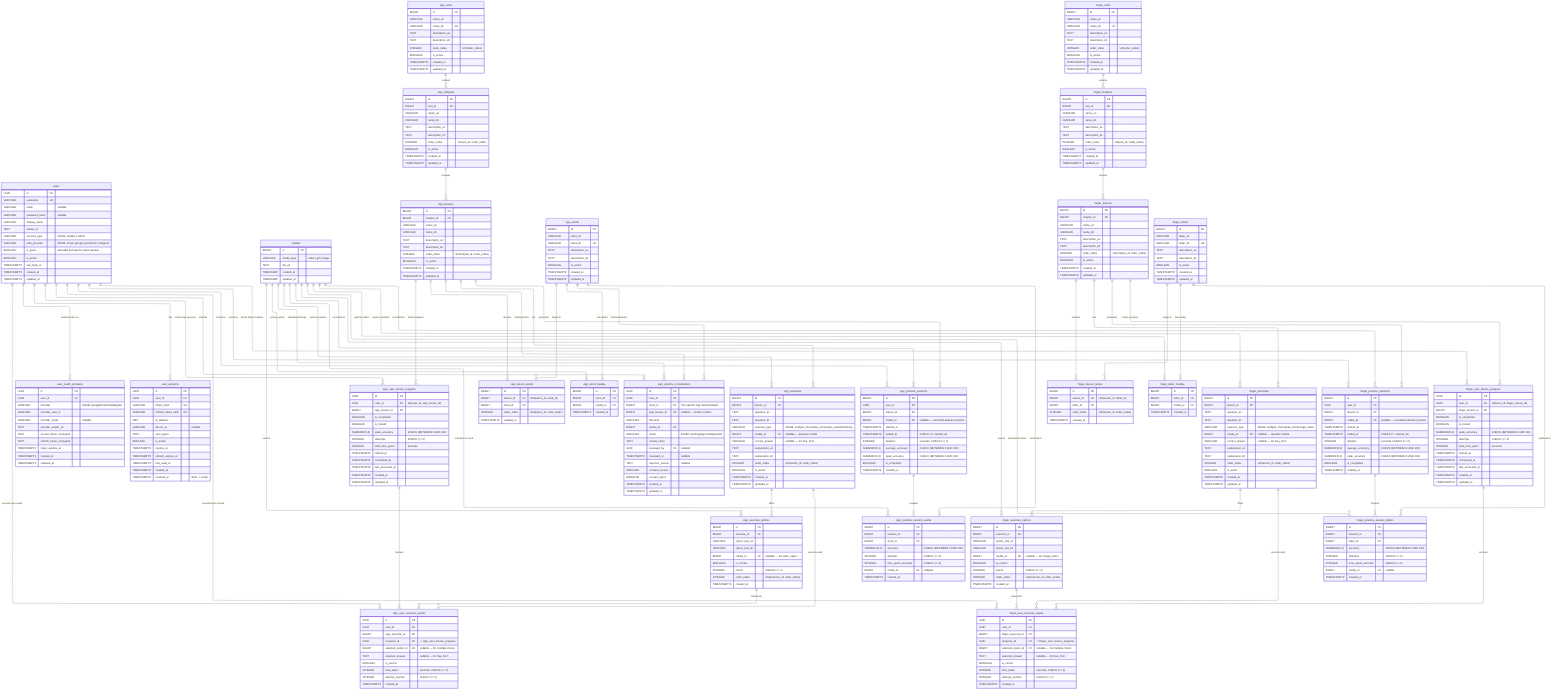
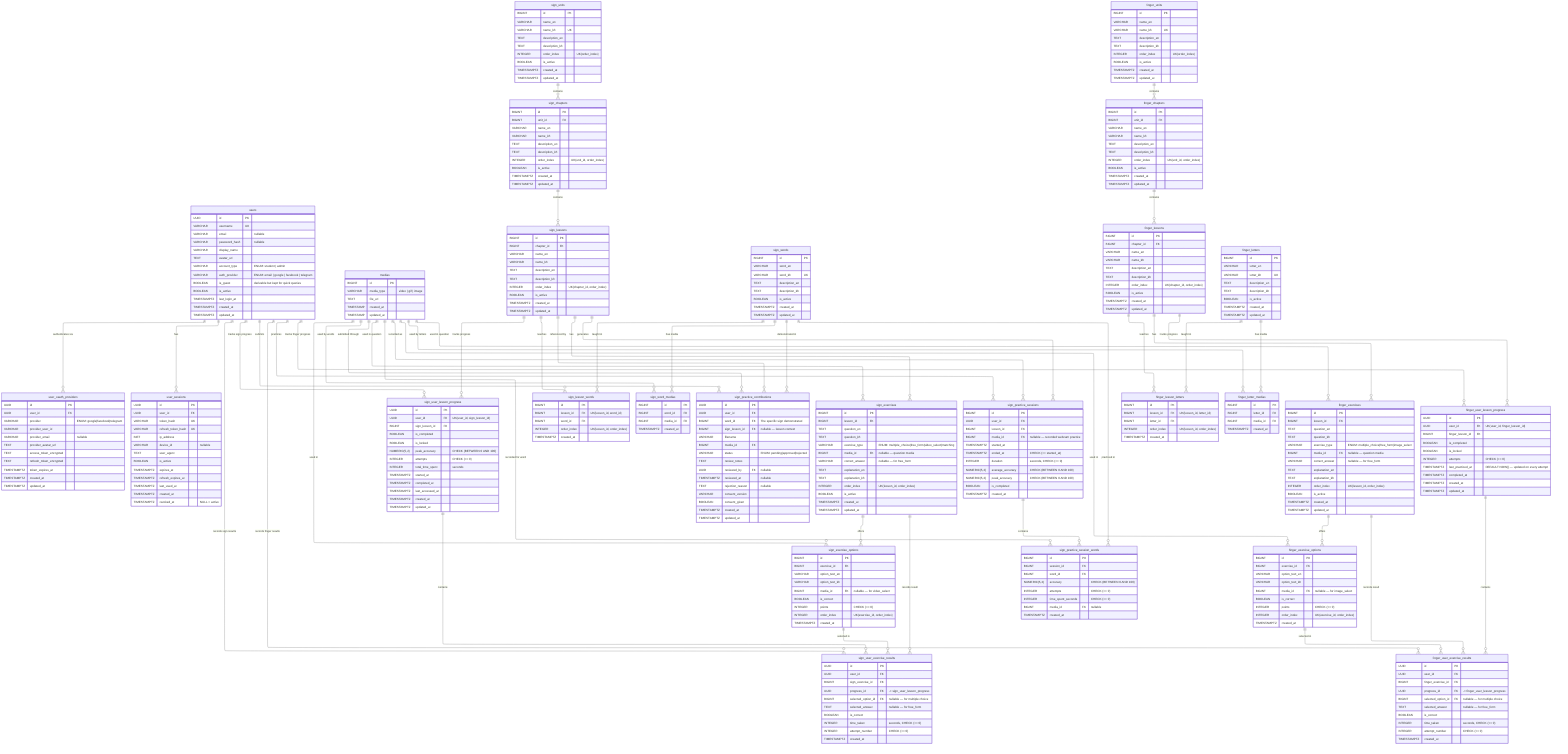
---
config:
  layout: elk
---
erDiagram
	direction TB

	users {
		UUID id PK ""
		VARCHAR username UK ""
		VARCHAR email "nullable"
		VARCHAR password_hash "nullable"
		VARCHAR display_name ""
		TEXT avatar_url ""
		VARCHAR account_type "ENUM: student | admin"
		VARCHAR auth_provider "ENUM: email | google | facebook | telegram"
		BOOLEAN is_guest "derivable but kept for quick queries"
		BOOLEAN is_active ""
		TIMESTAMPTZ last_login_at ""
		TIMESTAMPTZ created_at ""
		TIMESTAMPTZ updated_at ""
	}

	user_oauth_providers {
		UUID id PK ""
		UUID user_id FK ""
		VARCHAR provider "ENUM: google|facebook|telegram"
		VARCHAR provider_user_id ""
		VARCHAR provider_email "nullable"
		TEXT provider_avatar_url ""
		TEXT access_token_encrypted ""
		TEXT refresh_token_encrypted ""
		TIMESTAMPTZ token_expires_at ""
		TIMESTAMPTZ created_at ""
		TIMESTAMPTZ updated_at ""
		%% UK(provider, provider_user_id)
	}

	user_sessions {
		UUID id PK ""
		UUID user_id FK ""
		VARCHAR token_hash UK ""
		VARCHAR refresh_token_hash UK ""
		INET ip_address ""
		VARCHAR device_id "nullable"
		TEXT user_agent ""
		BOOLEAN is_active ""
		TIMESTAMPTZ expires_at ""
		TIMESTAMPTZ refresh_expires_at ""
		TIMESTAMPTZ last_used_at ""
		TIMESTAMPTZ created_at ""
		TIMESTAMPTZ revoked_at "NULL = active"
	}

	sign_user_lesson_progress {
		UUID id PK ""
		UUID user_id FK "UK(user_id, sign_lesson_id)"
		BIGINT sign_lesson_id FK ""
		BOOLEAN is_completed ""
		BOOLEAN is_locked ""
		NUMERIC(5,2) peak_accuracy "CHECK (BETWEEN 0 AND 100)"
		INTEGER attempts "CHECK (>= 0)"
		INTEGER total_time_spent "seconds"
		TIMESTAMPTZ started_at ""
		TIMESTAMPTZ completed_at ""
		TIMESTAMPTZ last_accessed_at ""
		TIMESTAMPTZ created_at ""
		TIMESTAMPTZ updated_at ""
	}

	sign_user_exercise_results {
		UUID id PK ""
		UUID user_id FK ""
		BIGINT sign_exercise_id FK ""
		UUID progress_id FK "-> sign_user_lesson_progress"
		BIGINT selected_option_id FK "nullable — for multiple choice"
		TEXT selected_answer "nullable — for free_form"
		BOOLEAN is_correct ""
		INTEGER time_taken "seconds, CHECK (>= 0)"
		INTEGER attempt_number "CHECK (>= 0)"
		TIMESTAMPTZ created_at ""
	}

	medias {
		BIGINT id PK ""
		VARCHAR media_type  "video | gif | image"
		TEXT file_url  ""
		TIMESTAMP created_at  ""
		TIMESTAMP updated_at  ""
	}

	sign_units {
		BIGINT id PK ""
		VARCHAR name_en ""
		VARCHAR name_kh UK ""
		TEXT description_en ""
		TEXT description_kh ""
		INTEGER order_index "UK(order_index)"
		BOOLEAN is_active ""
		TIMESTAMPTZ created_at ""
		TIMESTAMPTZ updated_at ""
	}

	sign_chapters {
		BIGINT id PK ""
		BIGINT unit_id FK ""
		VARCHAR name_en ""
		VARCHAR name_kh ""
		TEXT description_en ""
		TEXT description_kh ""
		INTEGER order_index "UK(unit_id, order_index)"
		BOOLEAN is_active ""
		TIMESTAMPTZ created_at ""
		TIMESTAMPTZ updated_at ""
	}

	sign_lessons {
		BIGINT id PK ""
		BIGINT chapter_id FK ""
		VARCHAR name_en ""
		VARCHAR name_kh ""
		TEXT description_en ""
		TEXT description_kh ""
		INTEGER order_index "UK(chapter_id, order_index)"
		BOOLEAN is_active ""
		TIMESTAMPTZ created_at ""
		TIMESTAMPTZ updated_at ""
	}

	sign_words {
		BIGINT id PK ""
		VARCHAR word_en ""
		VARCHAR word_kh UK ""
		TEXT description_en ""
		TEXT description_kh ""
		BOOLEAN is_active ""
		TIMESTAMPTZ created_at ""
		TIMESTAMPTZ updated_at ""
	}

	sign_lesson_words {
		BIGINT id PK ""
		BIGINT lesson_id FK "UK(lesson_id, word_id)"
		BIGINT word_id FK ""
		INTEGER order_index "UK(lesson_id, order_index)"
		TIMESTAMPTZ created_at ""
	}

	sign_word_medias {
		BIGINT id PK ""
		BIGINT word_id FK ""
		BIGINT media_id FK ""
		TIMESTAMPTZ created_at ""
	}

	sign_practice_contributions {
		UUID id PK ""
		UUID user_id FK ""
		BIGINT word_id FK "The specific sign demonstrated"
		BIGINT sign_lesson_id FK "nullable — lesson context"
		VARCHAR filename ""
		BIGINT media_id FK ""
		VARCHAR status "ENUM: pending|approved|rejected"
		TEXT review_notes ""
		UUID reviewed_by FK "nullable"
		TIMESTAMPTZ reviewed_at "nullable"
		TEXT rejection_reason "nullable"
		VARCHAR consent_version ""
		BOOLEAN consent_given ""
		TIMESTAMPTZ created_at ""
		TIMESTAMPTZ updated_at ""
	}

	sign_exercises {
		BIGINT id PK ""
		BIGINT lesson_id FK ""
		TEXT question_en ""
		TEXT question_kh ""
		VARCHAR exercise_type "ENUM: multiple_choice|free_form|video_select|matching"
		BIGINT media_id FK "nullable — question media"
		VARCHAR correct_answer "nullable — for free_form"
		TEXT explanation_en ""
		TEXT explanation_kh ""
		INTEGER order_index "UK(lesson_id, order_index)"
		BOOLEAN is_active ""
		TIMESTAMPTZ created_at ""
		TIMESTAMPTZ updated_at ""
	}

	sign_exercise_options {
		BIGINT id PK ""
		BIGINT exercise_id FK ""
		VARCHAR option_text_en ""
		VARCHAR option_text_kh ""
		BIGINT media_id FK "nullable — for video_select"
		BOOLEAN is_correct ""
		INTEGER points "CHECK (>= 0)"
		INTEGER order_index "UK(exercise_id, order_index)"
		TIMESTAMPTZ created_at ""
	}

	sign_practice_sessions {
		BIGINT id PK ""
		UUID user_id FK ""
		BIGINT lesson_id FK ""
		BIGINT media_id FK "nullable — recorded webcam practice"
		TIMESTAMPTZ started_at ""
		TIMESTAMPTZ ended_at "CHECK (>= started_at)"
		INTEGER duration "seconds, CHECK (>= 0)"
		NUMERIC(5,2) average_accuracy "CHECK (BETWEEN 0 AND 100)"
		NUMERIC(5,2) peak_accuracy "CHECK (BETWEEN 0 AND 100)"
		BOOLEAN is_completed ""
		TIMESTAMPTZ created_at ""
	}

	sign_practice_session_words {
		BIGINT id PK ""
		BIGINT session_id FK ""
		BIGINT word_id FK ""
		NUMERIC(5,2) accuracy "CHECK (BETWEEN 0 AND 100)"
		INTEGER attempts "CHECK (>= 0)"
		INTEGER time_spent_seconds "CHECK (>= 0)"
		BIGINT media_id FK "nullable"
		TIMESTAMPTZ created_at ""
	}

	finger_units {
		BIGINT id PK ""
		VARCHAR name_en ""
		VARCHAR name_kh UK ""
		TEXT description_en ""
		TEXT description_kh ""
		INTEGER order_index "UK(order_index)"
		BOOLEAN is_active ""
		TIMESTAMPTZ created_at ""
		TIMESTAMPTZ updated_at ""
	}

	finger_chapters {
		BIGINT id PK ""
		BIGINT unit_id FK ""
		VARCHAR name_en ""
		VARCHAR name_kh ""
		TEXT description_en ""
		TEXT description_kh ""
		INTEGER order_index "UK(unit_id, order_index)"
		BOOLEAN is_active ""
		TIMESTAMPTZ created_at ""
		TIMESTAMPTZ updated_at ""
	}

	finger_lessons {
		BIGINT id PK ""
		BIGINT chapter_id FK ""
		VARCHAR name_en ""
		VARCHAR name_kh ""
		TEXT description_en ""
		TEXT description_kh ""
		INTEGER order_index "UK(chapter_id, order_index)"
		BOOLEAN is_active ""
		TIMESTAMPTZ created_at ""
		TIMESTAMPTZ updated_at ""
	}

	finger_letters {
		BIGINT id PK ""
		VARCHAR letter_en ""
		VARCHAR letter_kh UK ""
		TEXT description_en ""
		TEXT description_kh ""
		BOOLEAN is_active ""
		TIMESTAMPTZ created_at ""
		TIMESTAMPTZ updated_at ""
	}

	finger_lesson_letters {
		BIGINT id PK ""
		BIGINT lesson_id FK "UK(lesson_id, letter_id)"
		BIGINT letter_id FK ""
		INTEGER order_index "UK(lesson_id, order_index)"
		TIMESTAMPTZ created_at ""
	}

	finger_letter_medias {
		BIGINT id PK ""
		BIGINT letter_id FK ""
		BIGINT media_id FK ""
		TIMESTAMPTZ created_at ""
	}

	finger_exercises {
		BIGINT id PK ""
		BIGINT lesson_id FK ""
		TEXT question_en ""
		TEXT question_kh ""
		VARCHAR exercise_type "ENUM: multiple_choice|free_form|image_select"
		BIGINT media_id FK "nullable — question media"
		VARCHAR correct_answer "nullable — for free_form"
		TEXT explanation_en ""
		TEXT explanation_kh ""
		INTEGER order_index "UK(lesson_id, order_index)"
		BOOLEAN is_active ""
		TIMESTAMPTZ created_at ""
		TIMESTAMPTZ updated_at ""
	}

	finger_exercise_options {
		BIGINT id PK ""
		BIGINT exercise_id FK ""
		VARCHAR option_text_en ""
		VARCHAR option_text_kh ""
		BIGINT media_id FK "nullable — for image_select"
		BOOLEAN is_correct ""
		INTEGER points "CHECK (>= 0)"
		INTEGER order_index "UK(exercise_id, order_index)"
		TIMESTAMPTZ created_at ""
	}

- 	finger_practice_sessions {
- 		BIGINT id PK ""
- 		UUID user_id FK ""
- 		BIGINT lesson_id FK ""
- 		BIGINT media_id FK "nullable — recorded webcam practice"
- 		TIMESTAMPTZ started_at ""
- 		TIMESTAMPTZ ended_at "CHECK (>= started_at)"
- 		INTEGER duration "seconds, CHECK (>= 0)"
- 		NUMERIC(5,2) average_accuracy "CHECK (BETWEEN 0 AND 100)"
- 		NUMERIC(5,2) peak_accuracy "CHECK (BETWEEN 0 AND 100)"
- 		BOOLEAN is_completed ""
- 		TIMESTAMPTZ created_at ""
- 	}
- 
- 	finger_practice_session_letters {
- 		BIGINT id PK ""
- 		BIGINT session_id FK ""
- 		BIGINT letter_id FK ""
- 		NUMERIC(5,2) accuracy "CHECK (BETWEEN 0 AND 100)"
- 		INTEGER attempts "CHECK (>= 0)"
- 		INTEGER time_spent_seconds "CHECK (>= 0)"
- 		BIGINT media_id FK "nullable"
- 		TIMESTAMPTZ created_at ""
- 	}
- 
	finger_user_lesson_progress {
		UUID id PK ""
		UUID user_id FK "UK(user_id, finger_lesson_id)"
		BIGINT finger_lesson_id FK ""
		BOOLEAN is_completed ""
		BOOLEAN is_locked ""
- 		NUMERIC(5,2) peak_accuracy "CHECK (BETWEEN 0 AND 100)"
		INTEGER attempts "CHECK (>= 0)"
- 		INTEGER total_time_spent "seconds"
- 		TIMESTAMPTZ started_at ""
+ 		TIMESTAMPTZ last_practiced_at "DEFAULT NOW() — updated on every attempt"
		TIMESTAMPTZ completed_at ""
- 		TIMESTAMPTZ last_accessed_at ""
		TIMESTAMPTZ created_at ""
		TIMESTAMPTZ updated_at ""
	}

	finger_user_exercise_results {
		UUID id PK ""
		UUID user_id FK ""
		BIGINT finger_exercise_id FK ""
		UUID progress_id FK "-> finger_user_lesson_progress"
		BIGINT selected_option_id FK "nullable — for multiple choice"
		TEXT selected_answer "nullable — for free_form"
		BOOLEAN is_correct ""
		INTEGER time_taken "seconds, CHECK (>= 0)"
		INTEGER attempt_number "CHECK (>= 0)"
		TIMESTAMPTZ created_at ""
	}


	users ||--o{ user_oauth_providers : "authenticates via"
	users ||--o{ user_sessions : "has"
	users ||--o{ sign_user_lesson_progress : "tracks sign progress"
	users ||--o{ finger_user_lesson_progress : "tracks finger progress"
	users ||--o{ sign_user_exercise_results : "records sign results"
	users ||--o{ finger_user_exercise_results : "records finger results"
	users ||--o{ sign_practice_contributions : "submits"
	users ||--o{ sign_practice_sessions : "practices"
- 	users ||--o{ finger_practice_sessions : "practices"


	sign_user_lesson_progress ||--o{ sign_user_exercise_results : "contains"
	finger_user_lesson_progress ||--o{ finger_user_exercise_results : "contains"

	sign_lessons ||--o{ sign_user_lesson_progress : "tracks progress"
	finger_lessons ||--o{ finger_user_lesson_progress : "tracks progress"

	sign_exercises ||--o{ sign_user_exercise_results : "records result"
	sign_exercise_options ||--o{ sign_user_exercise_results : "selected in"

	finger_exercises ||--o{ finger_user_exercise_results : "records result"
	finger_exercise_options ||--o{ finger_user_exercise_results : "selected in"

	sign_units ||--o{ sign_chapters : "contains"
	sign_chapters ||--o{ sign_lessons : "contains"
	sign_lessons ||--o{ sign_lesson_words : "teaches"
	sign_words ||--o{ sign_lesson_words : "taught in"

	sign_lessons ||--o{ sign_exercises : "has"
	sign_exercises ||--o{ sign_exercise_options : "offers"

	medias ||--o{ sign_exercise_options : "used in"
	medias ||--o{ sign_exercises : "used in question"

	sign_lessons ||--o{ sign_practice_sessions : "generates"
	sign_practice_sessions ||--o{ sign_practice_session_words : "contains"
	sign_words ||--o{ sign_practice_session_words : "practiced in"
	medias ||--o{ sign_practice_session_words : "recorded for word"

	finger_units ||--o{ finger_chapters : "contains"
	finger_chapters ||--o{ finger_lessons : "contains"
	finger_lessons ||--o{ finger_lesson_letters : "teaches"
	finger_letters ||--o{ finger_lesson_letters : "taught in"

	finger_lessons ||--o{ finger_exercises : "has"
	finger_exercises ||--o{ finger_exercise_options : "offers"

	medias ||--o{ finger_exercise_options : "used in"
	medias ||--o{ finger_exercises : "used in question"

	sign_words ||--o{ sign_word_medias : "has media"
	medias ||--o{ sign_word_medias : "used by words"

	finger_letters ||--o{ finger_letter_medias : "has media"
	medias ||--o{ finger_letter_medias : "used by letters"

	medias ||--o{ sign_practice_contributions : "submitted through"
	sign_words ||--o{ sign_practice_contributions : "demonstrated in"
	sign_lessons ||--o{ sign_practice_contributions : "referenced by"

- 	medias ||--o{ sign_practice_sessions : "recorded as"
- 	medias ||--o{ finger_practice_sessions : "recorded as"
- 
- 	finger_lessons ||--o{ finger_practice_sessions : "generates"
- 	finger_practice_sessions ||--o{ finger_practice_session_letters : "contains"
- 	finger_letters ||--o{ finger_practice_session_letters : "practiced in"
- 	medias ||--o{ finger_practice_session_letters : "recorded for letter"
+ 	medias ||--o{ sign_practice_sessions : "recorded as"